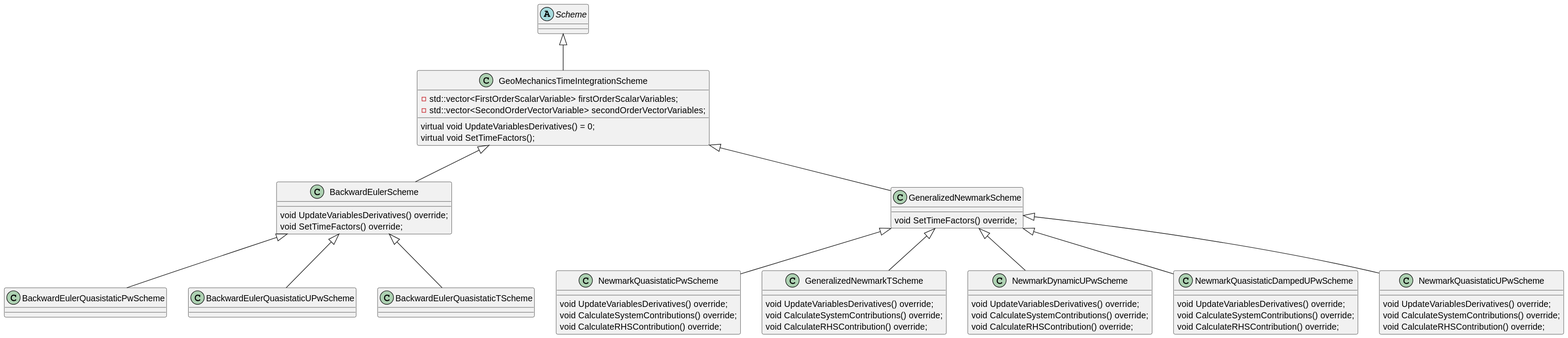
KratosMultiphysics/Kratos keeps this PlantUML diagram as applications/GeoMechanicsApplication/custom_strategies/schemes/SchemeStructure.svg. Above is the earlier version.
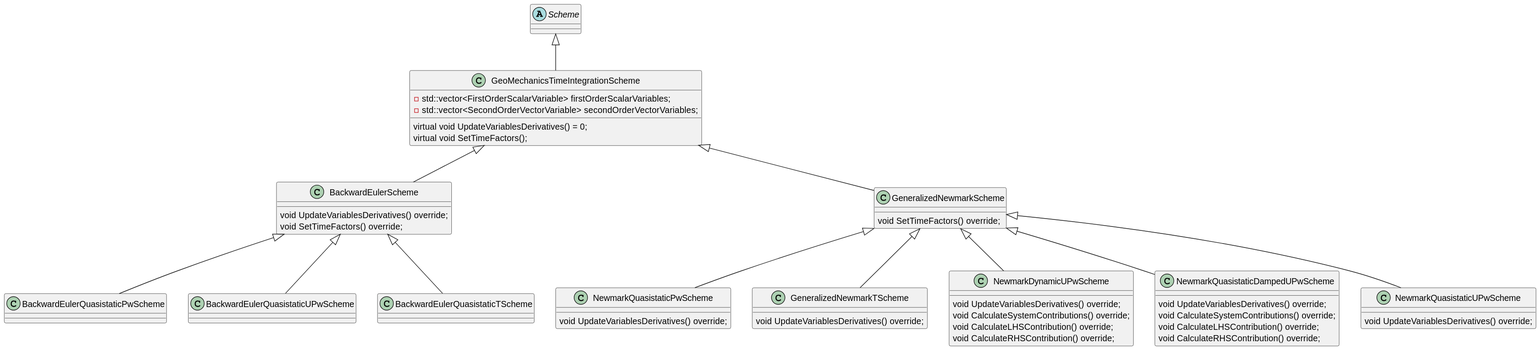
Above is the later version.

What changed in the source:
```diff
@@ -32,32 +32,28 @@
 class NewmarkQuasistaticPwScheme
 {
     void UpdateVariablesDerivatives() override;
-    void CalculateSystemContributions() override;
-    void CalculateRHSContribution() override;
 }
 class GeneralizedNewmarkTScheme
 {
     void UpdateVariablesDerivatives() override;
-    void CalculateSystemContributions() override;
-    void CalculateRHSContribution() override;
 }
 class NewmarkDynamicUPwScheme
 {
     void UpdateVariablesDerivatives() override;
     void CalculateSystemContributions() override;
+    void CalculateLHSContribution() override;
     void CalculateRHSContribution() override;
 }
 class NewmarkQuasistaticDampedUPwScheme
 {
     void UpdateVariablesDerivatives() override;
     void CalculateSystemContributions() override;
+    void CalculateLHSContribution() override;
     void CalculateRHSContribution() override;
 }
 class NewmarkQuasistaticUPwScheme
 {
     void UpdateVariablesDerivatives() override;
-    void CalculateSystemContributions() override;
-    void CalculateRHSContribution() override;
 }
 
 GeoMechanicsTimeIntegrationScheme <|-- GeneralizedNewmarkScheme
```
